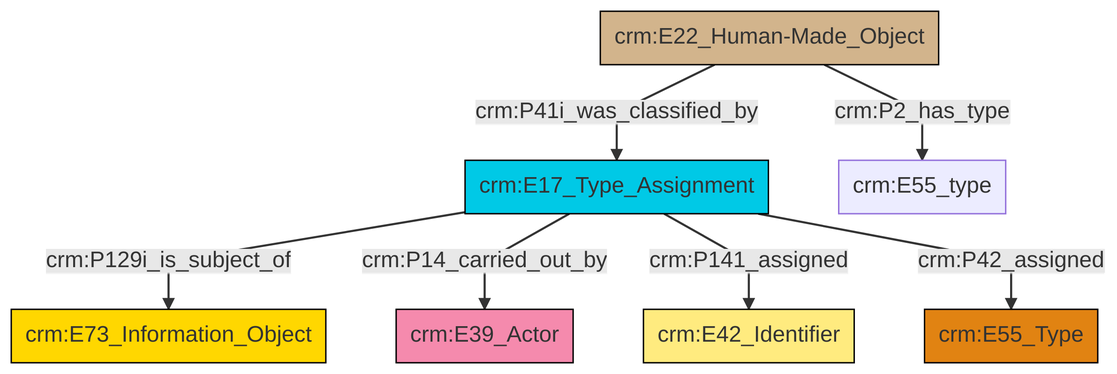
This is et/builtWorkCSV/ttl/mmd/png/Built_Work_designation_status.png from swiss-art-research-net/reference-data-models, a Mermaid export, as it was before one commit. Its source is kept beside it as et/builtWorkCSV/ttl/mmd/Built_Work_designation_status.ttl.mmd.
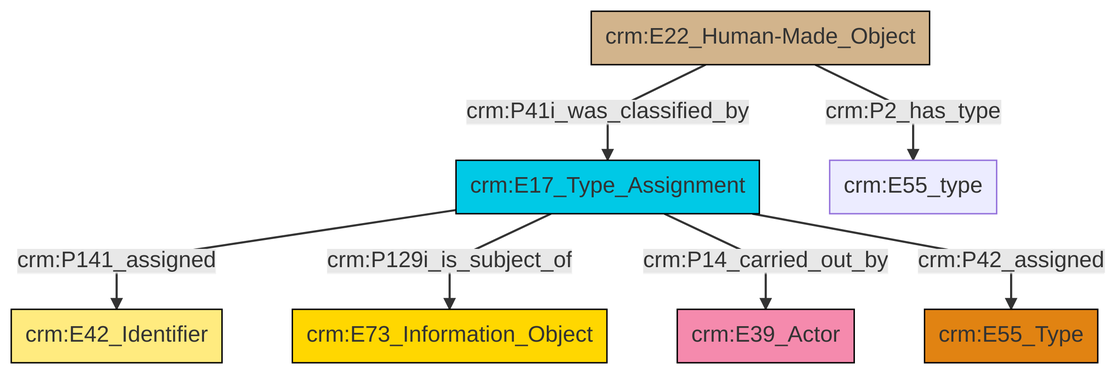
Later version of the same file.

The edit, as a diff of the source:
```diff
@@ -13,9 +13,9 @@
 classDef PC_Classes fill:#4ce600, stroke:#000000;
 classDef Multi fill:#cccccc,stroke:#000000;
 
-2["crm:E22_Human-Made_Object"]:::Physical_Thing -->|crm:P2_has_type| 3["crm:E55_type"]:::Default
-0["crm:E17_Type_Assignment"]:::Temporal_Entity -->|crm:P129i_is_subject_of| 4["crm:E73_Information_Object"]:::Conceptual_Object
-0["crm:E17_Type_Assignment"]:::Temporal_Entity -->|crm:P14_carried_out_by| 5["crm:E39_Actor"]:::Actor
-0["crm:E17_Type_Assignment"]:::Temporal_Entity -->|crm:P141_assigned| 8["crm:E42_Identifier"]:::Appellation
-2["crm:E22_Human-Made_Object"]:::Physical_Thing -->|crm:P41i_was_classified_by| 0["crm:E17_Type_Assignment"]:::Temporal_Entity
-0["crm:E17_Type_Assignment"]:::Temporal_Entity -->|crm:P42_assigned| 6["crm:E55_Type"]:::Type
+0["crm:E22_Human-Made_Object"]:::Physical_Thing -->|crm:P41i_was_classified_by| 1["crm:E17_Type_Assignment"]:::Temporal_Entity
+1["crm:E17_Type_Assignment"]:::Temporal_Entity -->|crm:P141_assigned| 3["crm:E42_Identifier"]:::Appellation
+1["crm:E17_Type_Assignment"]:::Temporal_Entity -->|crm:P129i_is_subject_of| 6["crm:E73_Information_Object"]:::Conceptual_Object
+1["crm:E17_Type_Assignment"]:::Temporal_Entity -->|crm:P14_carried_out_by| 10["crm:E39_Actor"]:::Actor
+1["crm:E17_Type_Assignment"]:::Temporal_Entity -->|crm:P42_assigned| 7["crm:E55_Type"]:::Type
+0["crm:E22_Human-Made_Object"]:::Physical_Thing -->|crm:P2_has_type| 11["crm:E55_type"]:::Default
```
